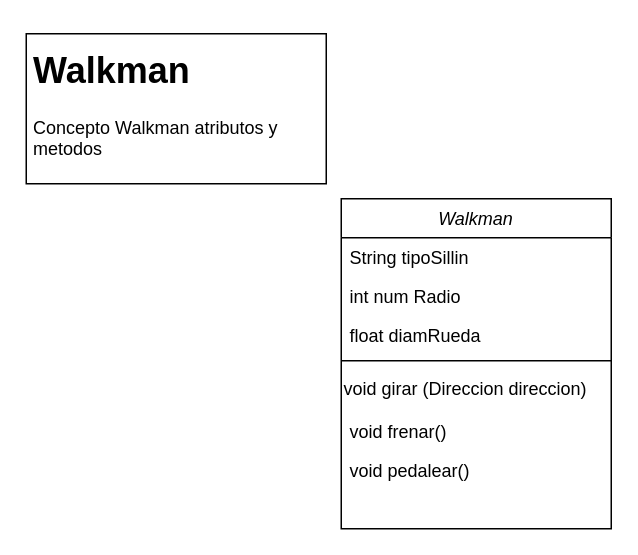
MatiasBS027/TEC keeps this draw.io diagram as page "Walkman" (3 of 3) of II SEMESTRE/POO/Diagrama Clases.drawio. Above is the earlier version. Source tidied: cells renumbered, new cells numbered last; positions are measured from the earlier drawing's top-left corner, leaving out a move shared by most shapes. Both pictures are drawn from the tidied source at 150%, with x=0, y=0 at pixel (26, 33).
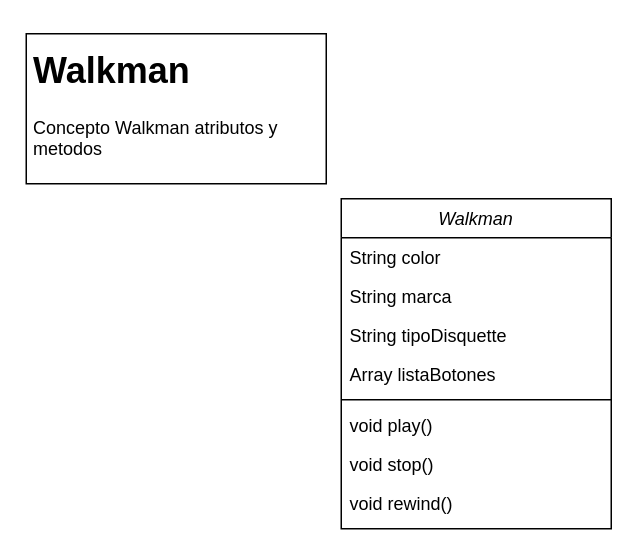
After the change.

Diff of the diagram source:
```diff
@@
 <mxGraphModel>
   <root>
     <mxCell id="0" />
     <mxCell id="1" parent="0" />
     <mxCell id="2" value="Walkman" style="swimlane;fontStyle=2;align=center;verticalAlign=top;horizontal=1;startSize=26;rounded=0;shadow=0;strokeWidth=1;" parent="1" vertex="1">
       <mxGeometry x="210" y="110" width="180" height="220" as="geometry" />
     </mxCell>
-    <mxCell id="3" value="String tipoSillin&#10;" style="text;align=left;verticalAlign=top;spacingLeft=4;spacingRight=4;overflow=hidden;rounded=0;shadow=0;html=0;" parent="2" vertex="1">
+    <mxCell id="3" value="String color" style="text;align=left;verticalAlign=top;spacingLeft=4;spacingRight=4;overflow=hidden;rounded=0;shadow=0;html=0;" parent="2" vertex="1">
       <mxGeometry y="26" width="180" height="26" as="geometry" />
     </mxCell>
-    <mxCell id="4" value="int num Radio" style="text;align=left;verticalAlign=top;spacingLeft=4;spacingRight=4;overflow=hidden;rounded=0;shadow=0;html=0;" parent="2" vertex="1">
+    <mxCell id="4" value="String marca" style="text;align=left;verticalAlign=top;spacingLeft=4;spacingRight=4;overflow=hidden;rounded=0;shadow=0;html=0;" parent="2" vertex="1">
       <mxGeometry y="52" width="180" height="26" as="geometry" />
     </mxCell>
-    <mxCell id="5" value="float diamRueda" style="text;align=left;verticalAlign=top;spacingLeft=4;spacingRight=4;overflow=hidden;" parent="2" vertex="1">
+    <mxCell id="5" value="String tipoDisquette" style="text;align=left;verticalAlign=top;spacingLeft=4;spacingRight=4;overflow=hidden;" parent="2" vertex="1">
       <mxGeometry y="78" width="180" height="26" as="geometry" />
     </mxCell>
+    <mxCell id="12" value="Array listaBotones" style="text;align=left;verticalAlign=top;spacingLeft=4;spacingRight=4;overflow=hidden;rounded=0;shadow=0;html=0;" parent="2" vertex="1">
+      <mxGeometry y="104" width="180" height="26" as="geometry" />
+    </mxCell>
     <mxCell id="6" style="line;html=1;strokeWidth=1;align=left;verticalAlign=middle;spacingTop=-1;spacingLeft=3;spacingRight=3;labelPosition=right;" parent="2" vertex="1">
-      <mxGeometry y="104" width="180" height="8" as="geometry" />
+      <mxGeometry y="130" width="180" height="8" as="geometry" />
     </mxCell>
-    <mxCell id="7" value="void girar (Direccion direccion)" style="text;html=1;strokeColor=none;fillColor=none;align=left;verticalAlign=middle;whiteSpace=wrap;rounded=0;" parent="2" vertex="1">
-      <mxGeometry y="112" width="180" height="30" as="geometry" />
-    </mxCell>
-    <mxCell id="8" value="void frenar()" style="text;align=left;verticalAlign=top;spacingLeft=4;spacingRight=4;overflow=hidden;" parent="2" vertex="1">
-      <mxGeometry y="142" width="180" height="26" as="geometry" />
+    <mxCell id="8" value="void play()" style="text;align=left;verticalAlign=top;spacingLeft=4;spacingRight=4;overflow=hidden;" parent="2" vertex="1">
+      <mxGeometry y="138" width="180" height="26" as="geometry" />
     </mxCell>
+    <mxCell id="13" value="void stop()" style="text;align=left;verticalAlign=top;spacingLeft=4;spacingRight=4;overflow=hidden;" parent="2" vertex="1">
+      <mxGeometry y="164" width="180" height="26" as="geometry" />
+    </mxCell>
-    <mxCell id="9" value="void pedalear()" style="text;align=left;verticalAlign=top;spacingLeft=4;spacingRight=4;overflow=hidden;" parent="2" vertex="1">
-      <mxGeometry y="168" width="180" height="26" as="geometry" />
+    <mxCell id="9" value="void rewind()" style="text;align=left;verticalAlign=top;spacingLeft=4;spacingRight=4;overflow=hidden;" parent="2" vertex="1">
+      <mxGeometry y="190" width="180" height="26" as="geometry" />
     </mxCell>
     <mxCell id="10" style="rounded=0;whiteSpace=wrap;html=1;" parent="1" vertex="1">
       <mxGeometry width="200" height="100" as="geometry" />
     </mxCell>
     <mxCell id="11" value="&lt;h1&gt;Walkman&lt;/h1&gt;&lt;p&gt;Concepto&amp;nbsp;Walkman atributos y metodos&lt;/p&gt;" style="text;html=1;strokeColor=none;fillColor=none;spacing=5;spacingTop=-20;whiteSpace=wrap;overflow=hidden;rounded=0;" parent="1" vertex="1">
       <mxGeometry y="5" width="190" height="90" as="geometry" />
     </mxCell>
   </root>
 </mxGraphModel>
```
